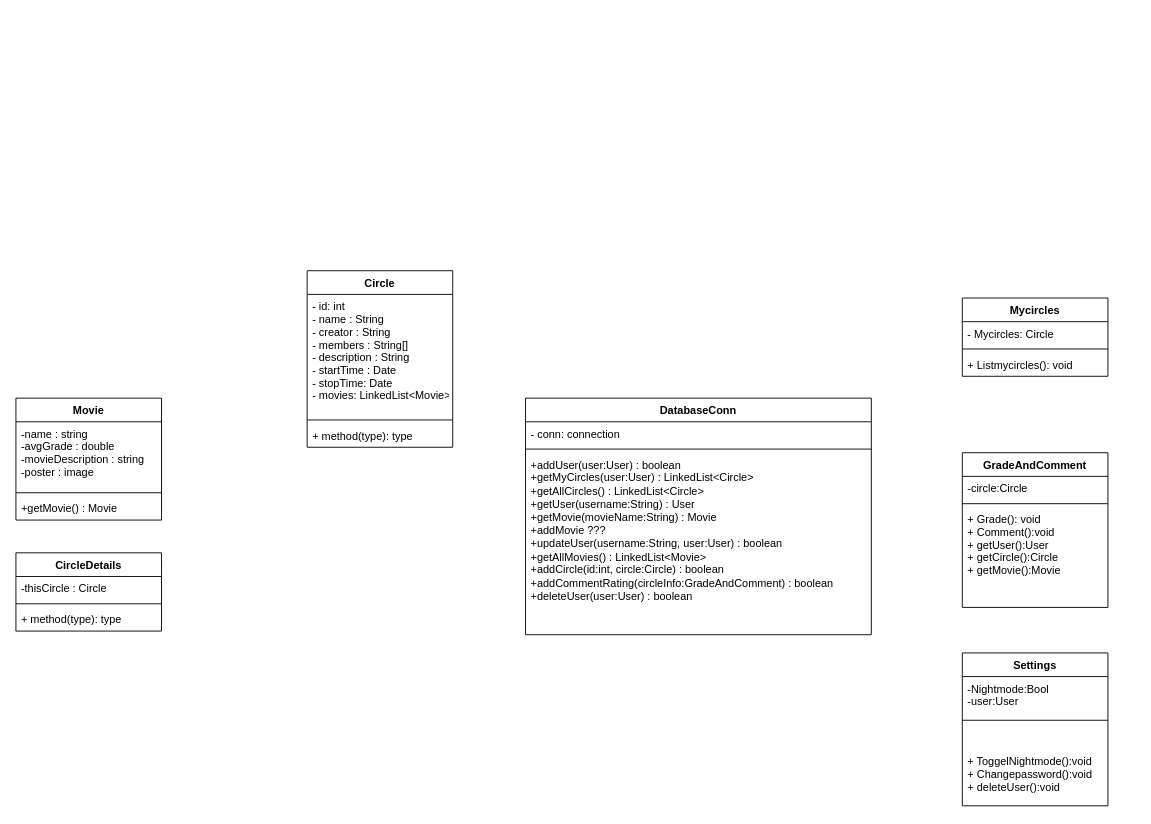
Before: Diagrams/UML.drawio in johanbergfalk/DAT055_circles, a draw.io diagram. Source tidied: cells renumbered, new cells numbered last; positions are measured from the earlier drawing's top-left corner, leaving out a move shared by most shapes. Both pictures are drawn from the tidied source at 91%, with x=0, y=0 at pixel (15, 270).
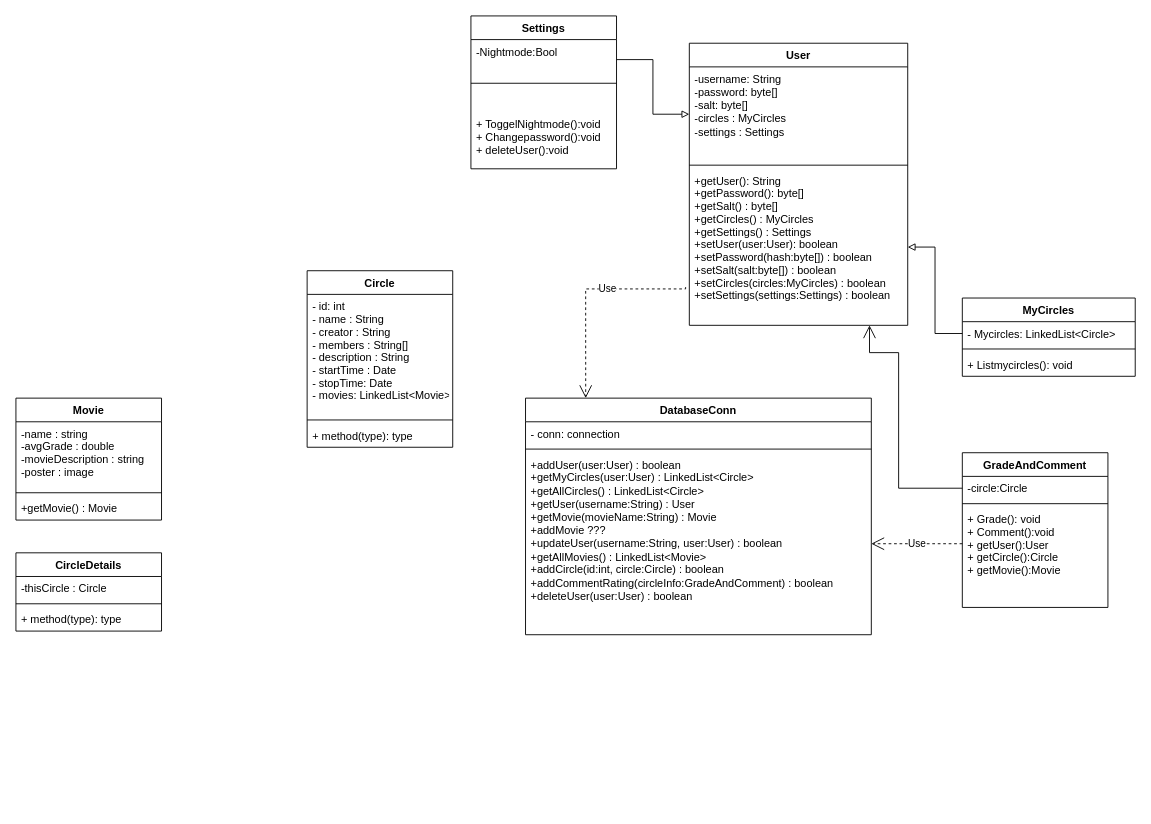
The same diagram, later.

Unchanged cells that the change refers to:
```xml
<mxCell id="2" value="DatabaseConn" style="swimlane;fontStyle=1;align=center;verticalAlign=top;horizontal=1;startSize=26;" parent="1" vertex="1">
  <mxGeometry x="560" y="140" width="380" height="260" as="geometry" />
</mxCell>
<mxCell id="23" value="-circle:Circle" style="text;strokeColor=none;fillColor=none;align=left;verticalAlign=top;spacingLeft=4;spacingRight=4;overflow=hidden;points=[[0,0.5],[1,0.5]];portConstraint=eastwest;" parent="22" vertex="1">
  <mxGeometry y="26" width="160" height="26" as="geometry" />
</mxCell>
```

The edit, as a diff of the source:
```diff
@@
-    <mxCell id="10" value="Mycircles" style="swimlane;fontStyle=1;align=center;verticalAlign=top;horizontal=1;startSize=26;" parent="1" vertex="1">
-      <mxGeometry x="1040" y="30" width="160" height="86" as="geometry" />
+    <mxCell id="10" value="MyCircles" style="swimlane;fontStyle=1;align=center;verticalAlign=top;horizontal=1;startSize=26;" parent="1" vertex="1">
+      <mxGeometry x="1040" y="30" width="190" height="86" as="geometry" />
     </mxCell>
-    <mxCell id="11" value="- Mycircles: Circle " style="text;strokeColor=none;fillColor=none;align=left;verticalAlign=top;spacingLeft=4;spacingRight=4;overflow=hidden;points=[[0,0.5],[1,0.5]];portConstraint=eastwest;" parent="10" vertex="1">
-      <mxGeometry y="26" width="160" height="26" as="geometry" />
+    <mxCell id="11" value="- Mycircles: LinkedList&lt;Circle&gt; " style="text;strokeColor=none;fillColor=none;align=left;verticalAlign=top;spacingLeft=4;spacingRight=4;overflow=hidden;points=[[0,0.5],[1,0.5]];portConstraint=eastwest;" parent="10" vertex="1">
+      <mxGeometry y="26" width="190" height="26" as="geometry" />
     </mxCell>
     <mxCell id="12" style="line;strokeWidth=1;fillColor=none;align=left;verticalAlign=middle;spacingTop=-1;spacingLeft=3;spacingRight=3;labelPosition=right;" parent="10" vertex="1">
-      <mxGeometry y="52" width="160" height="8" as="geometry" />
+      <mxGeometry y="52" width="190" height="8" as="geometry" />
     </mxCell>
     <mxCell id="13" value="+ Listmycircles(): void" style="text;strokeColor=none;fillColor=none;align=left;verticalAlign=top;spacingLeft=4;spacingRight=4;overflow=hidden;" parent="10" vertex="1">
-      <mxGeometry y="60" width="160" height="26" as="geometry" />
+      <mxGeometry y="60" width="190" height="26" as="geometry" />
     </mxCell>
@@
     <mxCell id="26" value="Settings" style="swimlane;fontStyle=1;align=center;verticalAlign=top;horizontal=1;startSize=26;" parent="1" vertex="1">
-      <mxGeometry x="1040" y="420" width="160" height="168" as="geometry" />
+      <mxGeometry x="500" y="-280" width="160" height="168" as="geometry" />
     </mxCell>
-    <mxCell id="27" value="-Nightmode:Bool&#10;-user:User" style="text;strokeColor=none;fillColor=none;align=left;verticalAlign=top;spacingLeft=4;spacingRight=4;overflow=hidden;points=[[0,0.5],[1,0.5]];portConstraint=eastwest;" parent="26" vertex="1">
+    <mxCell id="27" value="-Nightmode:Bool&#10;" style="text;strokeColor=none;fillColor=none;align=left;verticalAlign=top;spacingLeft=4;spacingRight=4;overflow=hidden;points=[[0,0.5],[1,0.5]];portConstraint=eastwest;" parent="26" vertex="1">
       <mxGeometry y="26" width="160" height="44" as="geometry" />
     </mxCell>
@@
+    <mxCell id="30" value="User" style="swimlane;fontStyle=1;align=center;verticalAlign=top;horizontal=1;startSize=26;" parent="1" vertex="1">
+      <mxGeometry x="740" y="-250" width="240" height="310" as="geometry" />
+    </mxCell>
+    <mxCell id="31" value="-username: String&#10;-password: byte[]&#10;-salt: byte[]&#10;-circles : MyCircles&#10;-settings : Settings" style="text;strokeColor=none;fillColor=none;align=left;verticalAlign=top;spacingLeft=4;spacingRight=4;overflow=hidden;points=[[0,0.5],[1,0.5]];portConstraint=eastwest;whiteSpace=wrap;" parent="30" vertex="1">
+      <mxGeometry y="26" width="240" height="104" as="geometry" />
+    </mxCell>
+    <mxCell id="32" style="line;strokeWidth=1;fillColor=none;align=left;verticalAlign=middle;spacingTop=-1;spacingLeft=3;spacingRight=3;labelPosition=right;" parent="30" vertex="1">
+      <mxGeometry y="130" width="240" height="8" as="geometry" />
+    </mxCell>
+    <mxCell id="33" value="+getUser(): String&#10;+getPassword(): byte[]&#10;+getSalt() : byte[]&#10;+getCircles() : MyCircles&#10;+getSettings() : Settings&#10;+setUser(user:User): boolean&#10;+setPassword(hash:byte[]) : boolean&#10;+setSalt(salt:byte[]) : boolean&#10;+setCircles(circles:MyCircles) : boolean&#10;+setSettings(settings:Settings) : boolean&#10;" style="text;strokeColor=none;fillColor=none;align=left;verticalAlign=top;spacingLeft=4;spacingRight=4;overflow=hidden;points=[[0,0.5],[1,0.5]];portConstraint=eastwest;" parent="30" vertex="1">
+      <mxGeometry y="138" width="240" height="172" as="geometry" />
+    </mxCell>
+    <mxCell id="34" value="Use" style="endArrow=open;endSize=12;dashed=1;html=1;rounded=0;edgeStyle=orthogonalEdgeStyle;entryX=0.174;entryY=0;entryDx=0;entryDy=0;entryPerimeter=0;exitX=-0.017;exitY=0.756;exitDx=0;exitDy=0;exitPerimeter=0;" parent="1" edge="1" source="33" target="2">
+      <mxGeometry x="-0.24" relative="1" as="geometry">
+        <Array as="points">
+          <mxPoint x="736" y="20" />
+          <mxPoint x="626" y="20" />
+        </Array>
+      </mxGeometry>
+    </mxCell>
+    <mxCell id="35" value="Use" style="endArrow=open;endSize=12;dashed=1;html=1;rounded=0;edgeStyle=orthogonalEdgeStyle;" parent="1" edge="1">
+      <mxGeometry relative="1" as="geometry">
+        <mxPoint x="1040" y="300" as="sourcePoint" />
+        <mxPoint x="940" y="300" as="targetPoint" />
+      </mxGeometry>
+    </mxCell>
+    <mxCell id="36" style="edgeStyle=orthogonalEdgeStyle;rounded=0;jettySize=auto;html=1;endArrow=block;endFill=0;" parent="1" edge="1" source="11" target="33">
+      <mxGeometry relative="1" as="geometry" />
+    </mxCell>
+    <mxCell id="37" style="edgeStyle=orthogonalEdgeStyle;rounded=0;jettySize=auto;html=1;endArrow=block;endFill=0;" parent="1" edge="1" source="27" target="31">
+      <mxGeometry relative="1" as="geometry" />
+    </mxCell>
+    <mxCell id="38" style="endArrow=open;endFill=1;endSize=12;html=1;rounded=0;edgeStyle=orthogonalEdgeStyle;exitX=0;exitY=0.5;exitDx=0;exitDy=0;" parent="1" edge="1" source="23">
+      <mxGeometry relative="1" as="geometry">
+        <mxPoint x="938" y="60" as="targetPoint" />
+        <Array as="points">
+          <mxPoint x="970" y="239" />
+          <mxPoint x="970" y="90" />
+          <mxPoint x="938" y="90" />
+        </Array>
+      </mxGeometry>
+    </mxCell>
```
